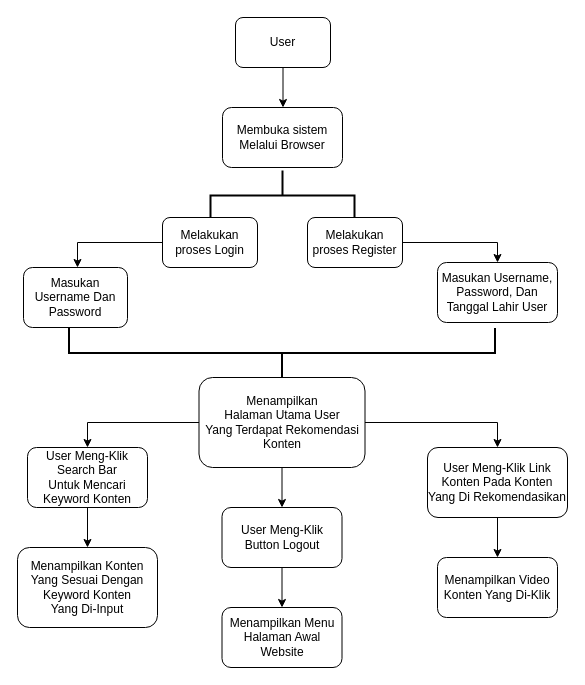
abdraiin/Sistem-Rekomendasi-Konten keeps this draw.io diagram as Alur Kerja User.drawio. Above is the earlier version. Source tidied: cells renumbered, new cells numbered last; positions are measured from the earlier drawing's top-left corner, leaving out a move shared by most shapes. Both pictures are drawn from the tidied source at 100%, with x=0, y=0 at pixel (17, 17).
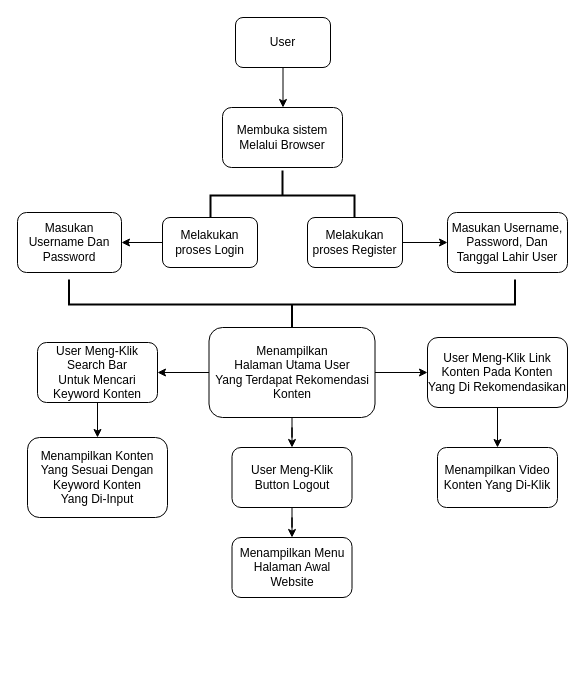
The same page after the edit.

The change refers to these unchanged cells:
```xml
<mxCell id="8" value="Melakukan proses Register" style="rounded=1;whiteSpace=wrap;html=1;" parent="1" vertex="1">
  <mxGeometry x="290" y="200" width="95" height="50" as="geometry" />
</mxCell>
```

The edit, as a diff of the source:
```diff
@@
+    <mxCell id="11" style="edgeStyle=orthogonalEdgeStyle;rounded=0;jettySize=auto;html=1;" parent="1" edge="1" source="8" target="10">
+      <mxGeometry relative="1" as="geometry" />
+    </mxCell>
@@
     <mxCell id="9" value="Masukan&lt;div&gt;Username Dan Password&lt;/div&gt;" style="whiteSpace=wrap;html=1;rounded=1;" parent="1" vertex="1">
-      <mxGeometry x="6" y="250" width="104" height="60" as="geometry" />
+      <mxGeometry y="195" width="104" height="60" as="geometry" />
     </mxCell>
     <mxCell id="10" value="Masukan Username, Password, Dan Tanggal Lahir User" style="whiteSpace=wrap;html=1;rounded=1;" parent="1" vertex="1">
-      <mxGeometry x="420" y="245" width="120" height="60" as="geometry" />
+      <mxGeometry x="430" y="195" width="120" height="60" as="geometry" />
     </mxCell>
-    <mxCell id="11" style="edgeStyle=orthogonalEdgeStyle;rounded=0;jettySize=auto;html=1;exitX=1;exitY=0.5;exitDx=0;exitDy=0;entryX=0.5;entryY=0;entryDx=0;entryDy=0;" parent="1" edge="1" source="8" target="10">
-      <mxGeometry relative="1" as="geometry" />
-    </mxCell>
     <mxCell id="12" style="strokeWidth=2;html=1;shape=mxgraph.flowchart.annotation_2;align=left;labelPosition=right;rotation=-90;" parent="1" vertex="1">
-      <mxGeometry x="239.5" y="122.5" width="50" height="426" as="geometry" />
+      <mxGeometry x="249.5" y="64" width="50" height="446" as="geometry" />
     </mxCell>
+    <mxCell id="15" style="edgeStyle=orthogonalEdgeStyle;rounded=0;jettySize=auto;html=1;" parent="1" edge="1" source="16" target="24">
+      <mxGeometry relative="1" as="geometry" />
+    </mxCell>
+    <mxCell id="14" style="edgeStyle=orthogonalEdgeStyle;rounded=0;jettySize=auto;html=1;" parent="1" edge="1" source="16" target="21">
+      <mxGeometry relative="1" as="geometry" />
+    </mxCell>
     <mxCell id="13" style="edgeStyle=orthogonalEdgeStyle;rounded=0;jettySize=auto;html=1;" parent="1" edge="1" source="16" target="18">
-      <mxGeometry relative="1" as="geometry">
-        <Array as="points">
-          <mxPoint x="70" y="405" />
-        </Array>
-      </mxGeometry>
+      <mxGeometry relative="1" as="geometry" />
     </mxCell>
-    <mxCell id="14" style="edgeStyle=orthogonalEdgeStyle;rounded=0;jettySize=auto;html=1;" parent="1" edge="1" source="16" target="21">
-      <mxGeometry relative="1" as="geometry">
-        <Array as="points">
-          <mxPoint x="480" y="405" />
-        </Array>
-      </mxGeometry>
-    </mxCell>
-    <mxCell id="15" style="edgeStyle=orthogonalEdgeStyle;rounded=0;jettySize=auto;html=1;" parent="1" edge="1" source="16" target="24">
-      <mxGeometry relative="1" as="geometry" />
-    </mxCell>
     <mxCell id="16" value="Menampilkan&lt;div&gt;Halaman Utama User&lt;/div&gt;&lt;div&gt;Yang Terdapat Rekomendasi Konten&lt;/div&gt;" style="rounded=1;whiteSpace=wrap;html=1;" parent="1" vertex="1">
-      <mxGeometry x="181.5" y="360" width="166" height="90" as="geometry" />
+      <mxGeometry x="191.5" y="310" width="166" height="90" as="geometry" />
     </mxCell>
-    <mxCell id="17" style="edgeStyle=orthogonalEdgeStyle;rounded=0;jettySize=auto;html=1;" parent="1" edge="1" source="18" target="19">
+    <mxCell id="17" style="edgeStyle=orthogonalEdgeStyle;rounded=0;jettySize=auto;html=1;exitX=0.5;exitY=1;exitDx=0;exitDy=0;" parent="1" edge="1" source="18" target="19">
       <mxGeometry relative="1" as="geometry" />
     </mxCell>
     <mxCell id="18" value="User Meng-Klik Search Bar&lt;div&gt;Untuk Mencari Keyword Konten&lt;/div&gt;" style="whiteSpace=wrap;html=1;rounded=1;" parent="1" vertex="1">
-      <mxGeometry x="10" y="430" width="120" height="60" as="geometry" />
+      <mxGeometry x="20" y="325" width="120" height="60" as="geometry" />
     </mxCell>
     <mxCell id="19" value="Menampilkan Konten&lt;div&gt;Yang Sesuai Dengan&lt;/div&gt;&lt;div&gt;Keyword Konten&lt;/div&gt;&lt;div&gt;Yang Di-Input&lt;/div&gt;" style="whiteSpace=wrap;html=1;rounded=1;" parent="1" vertex="1">
-      <mxGeometry y="530" width="140" height="80" as="geometry" />
+      <mxGeometry x="10" y="420" width="140" height="80" as="geometry" />
     </mxCell>
-    <mxCell id="20" style="edgeStyle=orthogonalEdgeStyle;rounded=0;jettySize=auto;html=1;" parent="1" edge="1" source="21" target="22">
+    <mxCell id="20" style="edgeStyle=orthogonalEdgeStyle;rounded=0;jettySize=auto;html=1;exitX=0.5;exitY=1;exitDx=0;exitDy=0;entryX=0.5;entryY=0;entryDx=0;entryDy=0;" parent="1" edge="1" source="21" target="22">
       <mxGeometry relative="1" as="geometry" />
     </mxCell>
     <mxCell id="21" value="User Meng-Klik Link Konten Pada Konten Yang Di Rekomendasikan" style="rounded=1;whiteSpace=wrap;html=1;" parent="1" vertex="1">
-      <mxGeometry x="410" y="430" width="140" height="70" as="geometry" />
+      <mxGeometry x="410" y="320" width="140" height="70" as="geometry" />
     </mxCell>
     <mxCell id="22" value="Menampilkan Video&lt;div&gt;Konten Yang Di-Klik&lt;/div&gt;" style="whiteSpace=wrap;html=1;rounded=1;" parent="1" vertex="1">
-      <mxGeometry x="420" y="540" width="120" height="60" as="geometry" />
+      <mxGeometry x="420" y="430" width="120" height="60" as="geometry" />
     </mxCell>
@@
     <mxCell id="24" value="User Meng-Klik&lt;div&gt;Button Logout&lt;/div&gt;" style="whiteSpace=wrap;html=1;rounded=1;" parent="1" vertex="1">
-      <mxGeometry x="204.5" y="490" width="120" height="60" as="geometry" />
+      <mxGeometry x="214.5" y="430" width="120" height="60" as="geometry" />
     </mxCell>
     <mxCell id="25" value="Menampilkan Menu&lt;div&gt;Halaman Awal Website&lt;/div&gt;" style="whiteSpace=wrap;html=1;rounded=1;" parent="1" vertex="1">
-      <mxGeometry x="204.5" y="590" width="120" height="60" as="geometry" />
+      <mxGeometry x="214.5" y="520" width="120" height="60" as="geometry" />
     </mxCell>
```
